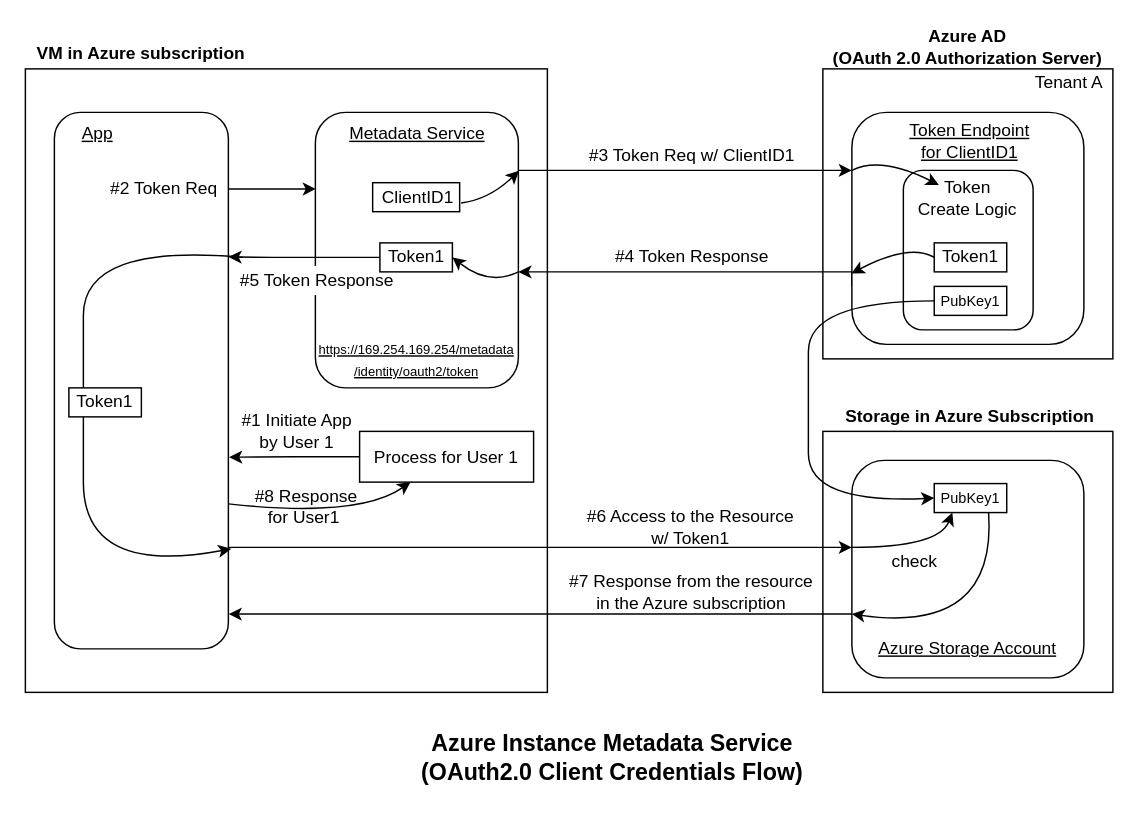
The draw.io diagram OAuth2.0_Authorization/metadata_service_Azure_ManagedID.drawio in developer-onizuka/Diagrams, before the edit. Source tidied: cells renumbered, new cells numbered last; positions are measured from the earlier drawing's top-left corner, leaving out a move shared by most shapes. Both pictures are drawn from the tidied source at 145%, with x=0, y=0 at pixel (25, 25).
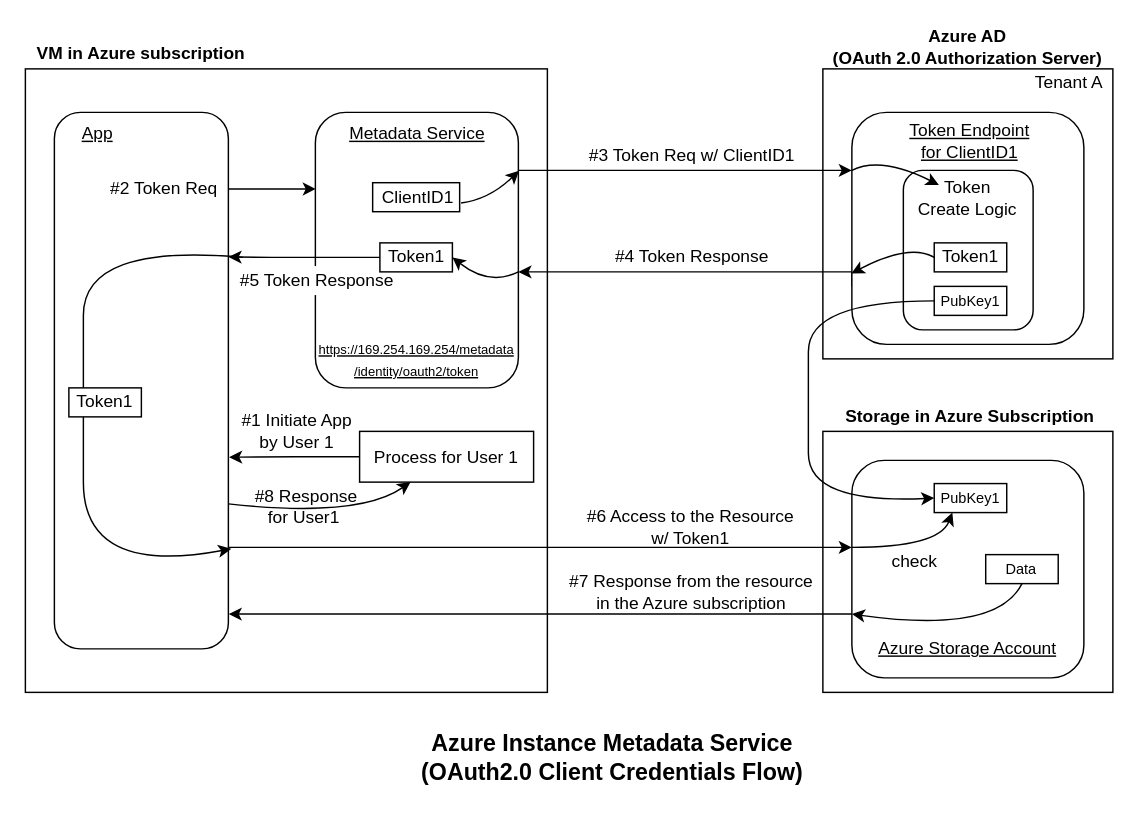
The same diagram, later.

The change refers to these unchanged cells:
```xml
<mxCell id="40" value="&lt;font style=&quot;font-size: 10px;&quot;&gt;PubKey1&lt;/font&gt;" style="text;html=1;strokeColor=none;fillColor=none;align=center;verticalAlign=middle;whiteSpace=wrap;rounded=0;" parent="1" vertex="1">
  <mxGeometry x="626.8" y="316" width="50" height="20" as="geometry" />
</mxCell>
```

What changed in the source:
```diff
@@
-    <mxCell id="43" style="curved=1;endArrow=classic;html=1;rounded=0;exitX=0.75;exitY=1;exitDx=0;exitDy=0;" parent="1" edge="1" source="40">
+    <mxCell id="43" style="curved=1;endArrow=classic;html=1;rounded=0;exitX=0.5;exitY=1;exitDx=0;exitDy=0;" parent="1" edge="1" source="60">
       <mxGeometry relative="1" as="geometry">
         <mxPoint x="570" y="406" as="targetPoint" />
         <Array as="points">
           <mxPoint x="670" y="420" />
         </Array>
       </mxGeometry>
     </mxCell>
@@
+    <mxCell id="60" value="&lt;font style=&quot;font-size: 10px;&quot;&gt;Data&lt;/font&gt;" style="text;html=1;align=center;verticalAlign=middle;whiteSpace=wrap;rounded=0;strokeColor=default;" parent="1" vertex="1">
+      <mxGeometry x="662.3" y="365" width="50" height="20" as="geometry" />
+    </mxCell>
```
